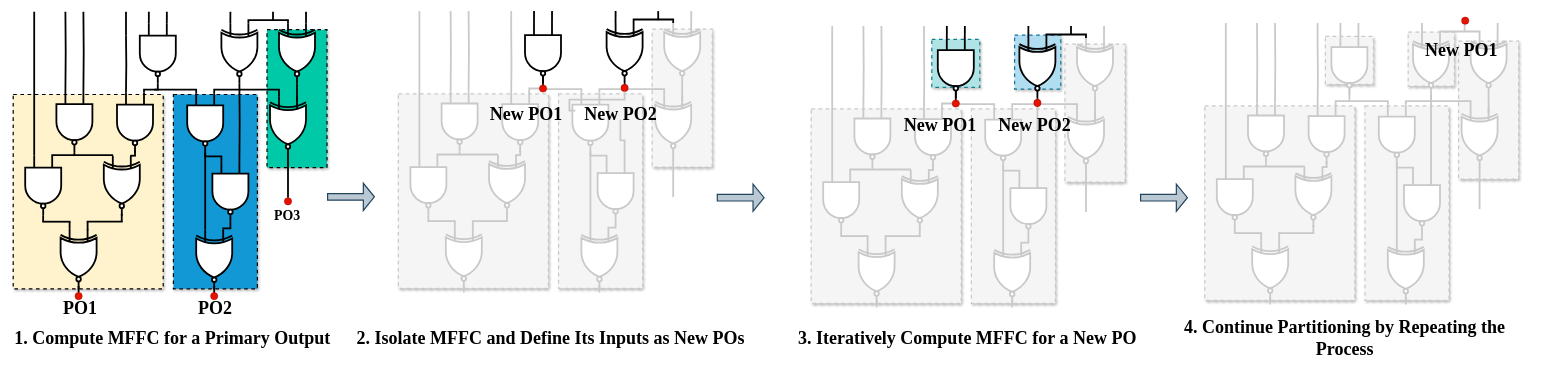
The draw.io diagram mffc_process.drawio in kxzhu0505/LogicSynOpt, before the edit. Source tidied: cells renumbered, new cells numbered last; positions are measured from the earlier drawing's top-left corner, leaving out a move shared by most shapes. Both pictures are drawn from the tidied source at 60%, with x=0, y=0 at pixel (13, 11).
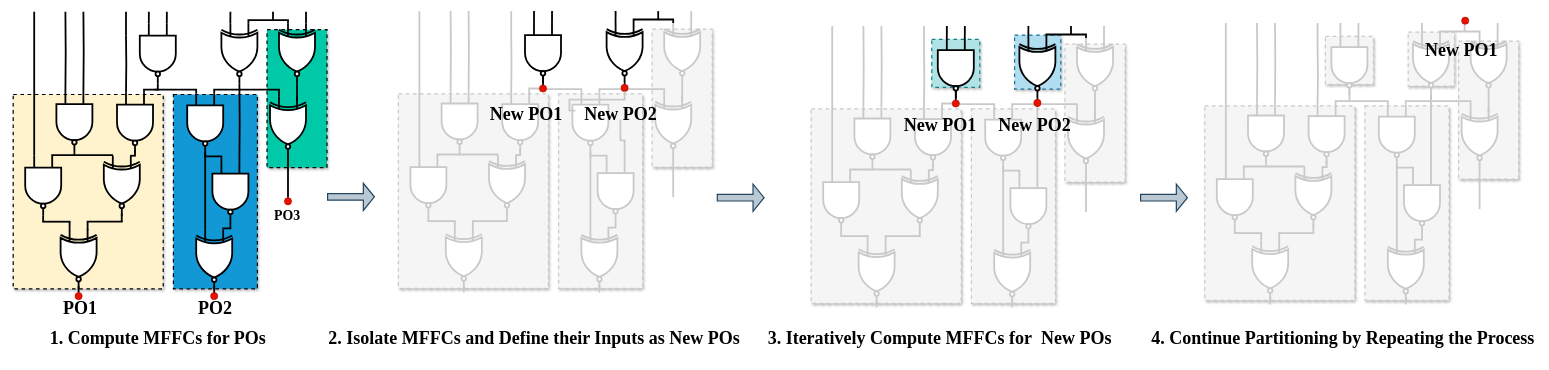
The same page after the edit.

Diff of the diagram source:
```diff
@@
-    <mxCell id="54" value="&lt;font style=&quot;font-size: 30px;&quot; face=&quot;Times New Roman&quot;&gt;&lt;b style=&quot;&quot;&gt;1.&amp;nbsp;&lt;/b&gt;&lt;/font&gt;&lt;font face=&quot;Times New Roman&quot;&gt;&lt;span style=&quot;font-size: 30px;&quot;&gt;&lt;b&gt;Compute MFFC for a Primary Output&lt;/b&gt;&lt;/span&gt;&lt;/font&gt;" style="text;html=1;align=center;verticalAlign=middle;whiteSpace=wrap;rounded=0;" parent="1" vertex="1">
-      <mxGeometry x="-0.5" y="529" width="530" height="30" as="geometry" />
+    <mxCell id="54" value="&lt;font style=&quot;font-size: 30px;&quot; face=&quot;Times New Roman&quot;&gt;&lt;b style=&quot;&quot;&gt;1.&amp;nbsp;&lt;/b&gt;&lt;/font&gt;&lt;font face=&quot;Times New Roman&quot;&gt;&lt;span style=&quot;font-size: 30px;&quot;&gt;&lt;b&gt;Compute MFFCs for POs&lt;/b&gt;&lt;/span&gt;&lt;/font&gt;" style="text;html=1;align=center;verticalAlign=middle;whiteSpace=wrap;rounded=0;" parent="1" vertex="1">
+      <mxGeometry x="31.8" y="529" width="417.5" height="30" as="geometry" />
     </mxCell>
@@
-    <mxCell id="112" value="&lt;font style=&quot;font-size: 30px;&quot;&gt;&lt;font face=&quot;Times New Roman&quot;&gt;&lt;b style=&quot;&quot;&gt;2.&amp;nbsp;&lt;/b&gt;&lt;/font&gt;&lt;/font&gt;&lt;font face=&quot;Times New Roman&quot;&gt;&lt;span style=&quot;font-size: 30px;&quot;&gt;&lt;b&gt;Isolate MFFC and Define Its Inputs as New POs&lt;/b&gt;&lt;/span&gt;&lt;/font&gt;" style="text;html=1;align=center;verticalAlign=middle;whiteSpace=wrap;rounded=0;" parent="1" vertex="1">
-      <mxGeometry x="562" y="529" width="666.5" height="30" as="geometry" />
+    <mxCell id="112" value="&lt;font style=&quot;font-size: 30px;&quot;&gt;&lt;font face=&quot;Times New Roman&quot;&gt;&lt;b style=&quot;&quot;&gt;2.&amp;nbsp;&lt;/b&gt;&lt;/font&gt;&lt;/font&gt;&lt;font face=&quot;Times New Roman&quot;&gt;&lt;span style=&quot;font-size: 30px;&quot;&gt;&lt;b&gt;Isolate MFFCs and Define their Inputs as New POs&lt;/b&gt;&lt;/span&gt;&lt;/font&gt;" style="text;html=1;align=center;verticalAlign=middle;whiteSpace=wrap;rounded=0;" parent="1" vertex="1">
+      <mxGeometry x="522.5" y="529" width="690" height="30" as="geometry" />
     </mxCell>
@@
-    <mxCell id="218" value="&lt;font style=&quot;font-size: 30px;&quot; face=&quot;Times New Roman&quot;&gt;&lt;b style=&quot;&quot;&gt;3.&amp;nbsp;&lt;/b&gt;&lt;/font&gt;&lt;font face=&quot;Times New Roman&quot;&gt;&lt;span style=&quot;font-size: 30px;&quot;&gt;&lt;b&gt;Iteratively Compute MFFC for a New PO&lt;/b&gt;&lt;/span&gt;&lt;/font&gt;" style="text;html=1;align=center;verticalAlign=middle;whiteSpace=wrap;rounded=0;" parent="1" vertex="1">
-      <mxGeometry x="1302" y="529" width="575.5" height="30" as="geometry" />
+    <mxCell id="218" value="&lt;font style=&quot;font-size: 30px;&quot; face=&quot;Times New Roman&quot;&gt;&lt;b style=&quot;&quot;&gt;3.&amp;nbsp;&lt;/b&gt;&lt;/font&gt;&lt;font face=&quot;Times New Roman&quot;&gt;&lt;span style=&quot;font-size: 30px;&quot;&gt;&lt;b&gt;Iteratively Compute MFFCs for&amp;nbsp; New POs&lt;/b&gt;&lt;/span&gt;&lt;/font&gt;" style="text;html=1;align=center;verticalAlign=middle;whiteSpace=wrap;rounded=0;" parent="1" vertex="1">
+      <mxGeometry x="1256.2" y="529" width="575.5" height="30" as="geometry" />
     </mxCell>
     <mxCell id="219" value="&lt;font style=&quot;font-size: 30px;&quot;&gt;&lt;font face=&quot;Times New Roman&quot;&gt;&lt;b style=&quot;&quot;&gt;4.&amp;nbsp;&lt;/b&gt;&lt;/font&gt;&lt;/font&gt;&lt;font face=&quot;Times New Roman&quot;&gt;&lt;span style=&quot;font-size: 30px;&quot;&gt;&lt;b&gt;Continue Partitioning by Repeating the Process&lt;/b&gt;&lt;/span&gt;&lt;/font&gt;" style="text;html=1;align=center;verticalAlign=middle;whiteSpace=wrap;rounded=0;" parent="1" vertex="1">
-      <mxGeometry x="1924" y="529" width="590" height="30" as="geometry" />
+      <mxGeometry x="1889" y="529" width="653.5" height="30" as="geometry" />
     </mxCell>
```
